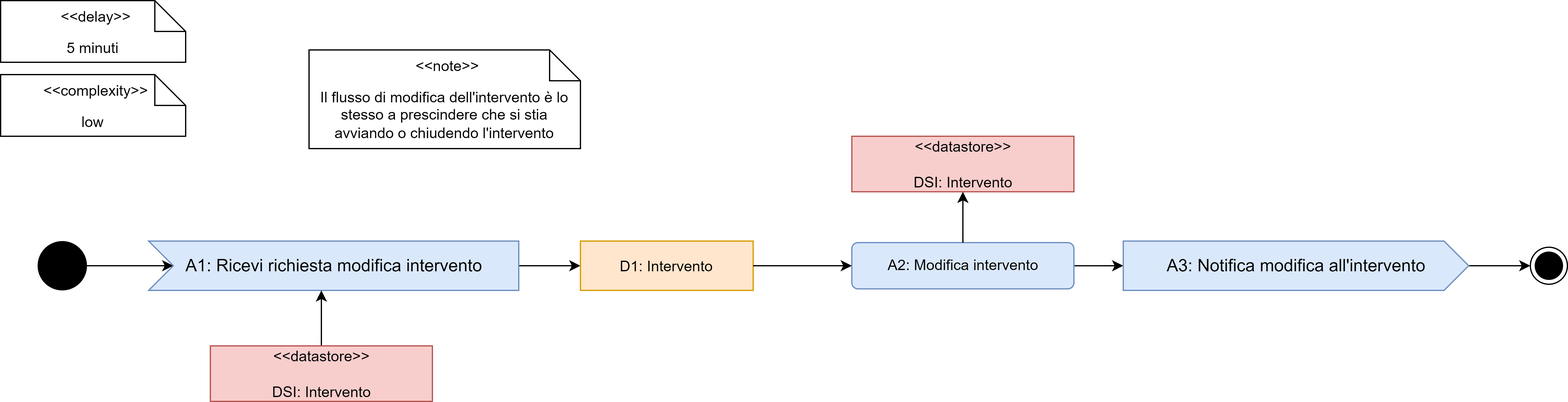
The draw.io diagram images/ADUC6.png in mbeccari856608/architetturasw2024, before a commit. Source tidied: cells renumbered, new cells last; positions are measured from the earlier drawing's top-left corner, leaving out a move shared by most shapes.
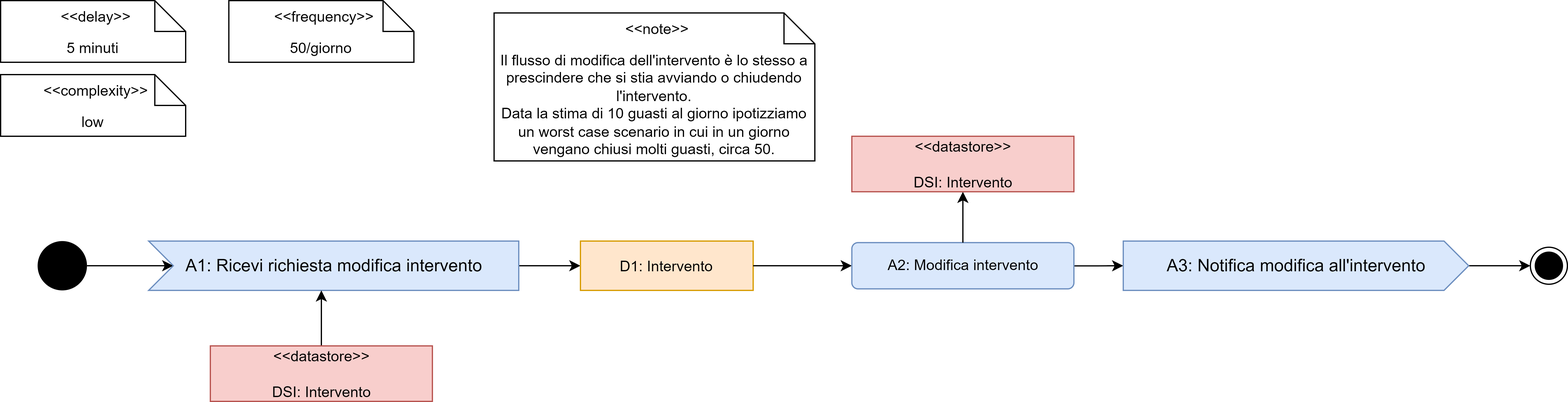
Later version of the same file.

Change to the diagram source:
```diff
@@ -38,11 +38,11 @@
     <mxCell id="13" value="D1: Intervento" style="text;align=center;verticalAlign=middle;dashed=0;fillColor=#ffe6cc;strokeColor=#d79b00;" parent="1" vertex="1">
       <mxGeometry x="470" y="195" width="140" height="40" as="geometry" />
     </mxCell>
-    <mxCell id="14" value="Il flusso di modifica dell'intervento è lo stesso a prescindere che si stia avviando o chiudendo l'intervento" style="shape=note2;boundedLbl=1;whiteSpace=wrap;html=1;size=25;verticalAlign=top;align=center;" parent="1" vertex="1">
-      <mxGeometry x="250" y="40" width="220" height="80" as="geometry" />
+    <mxCell id="14" value="Il flusso di modifica dell'intervento è lo stesso a prescindere che si stia avviando o chiudendo l'intervento.&lt;br&gt;Data la stima di 10 guasti al giorno ipotizziamo un worst case scenario in cui in un giorno vengano chiusi molti guasti, circa 50." style="shape=note2;boundedLbl=1;whiteSpace=wrap;html=1;size=25;verticalAlign=top;align=center;" parent="1" vertex="1">
+      <mxGeometry x="400" y="10" width="260" height="120" as="geometry" />
     </mxCell>
     <mxCell id="15" value="&lt;&lt;note&gt;&gt;" style="strokeColor=none;fillColor=none;align=center;spacingLeft=5;" parent="14" vertex="1">
-      <mxGeometry width="220" height="25" relative="1" as="geometry" />
+      <mxGeometry width="260" height="25" relative="1" as="geometry" />
     </mxCell>
     <mxCell id="16" style="edgeStyle=orthogonalEdgeStyle;rounded=0;jettySize=auto;html=1;exitX=1;exitY=0.5;exitDx=0;exitDy=0;entryX=0;entryY=0.5;entryDx=0;entryDy=0;" parent="1" edge="1" source="13" target="18">
       <mxGeometry relative="1" as="geometry" />
@@ -68,5 +68,14 @@
     <mxCell id="23" value="A3: Notifica modifica all'intervento" style="html=1;shape=mxgraph.infographic.ribbonSimple;notch1=0;notch2=20;align=center;verticalAlign=middle;fontSize=14;fontStyle=0;fillColor=#dae8fc;strokeColor=#6c8ebf;" parent="1" vertex="1">
       <mxGeometry x="910" y="195" width="280" height="40" as="geometry" />
     </mxCell>
+    <mxCell id="24" value="50/giorno" style="shape=note2;boundedLbl=1;whiteSpace=wrap;html=1;size=25;verticalAlign=top;align=center;" parent="1" vertex="1">
+      <mxGeometry x="185" width="150" height="50" as="geometry" />
+    </mxCell>
+    <mxCell id="25" value="&lt;&lt;frequency&gt;&gt;" style="strokeColor=none;fillColor=none;align=center;spacingLeft=5;" parent="24" vertex="1">
+      <mxGeometry width="150" height="25" relative="1" as="geometry" />
+    </mxCell>
+    <mxCell id="26" style="edgeStyle=orthogonalEdgeStyle;rounded=0;orthogonalLoop=1;jettySize=auto;html=1;exitX=0.5;exitY=1;exitDx=0;exitDy=0;" parent="24" edge="1" source="25" target="25">
+      <mxGeometry relative="1" as="geometry" />
+    </mxCell>
   </root>
 </mxGraphModel>
```
